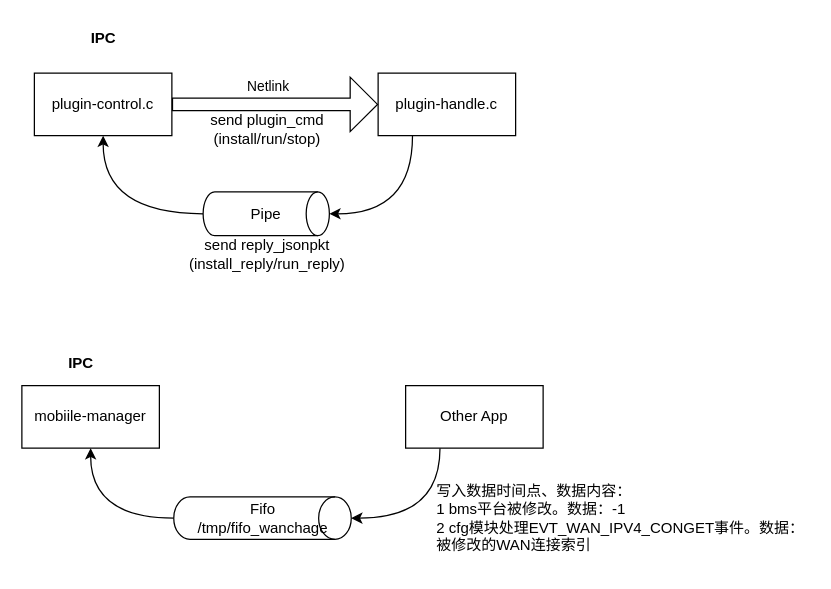
Before: page "ipc" (2 of 3) of gw-mtk/mobile_manager.drawio in waterwatermelon/graph, a draw.io diagram. Source tidied: cells renumbered, new cells numbered last; positions are measured from the earlier drawing's top-left corner, leaving out a move shared by most shapes. Both pictures are drawn from the tidied source at 125%, with x=0, y=0 at pixel (21, 21).
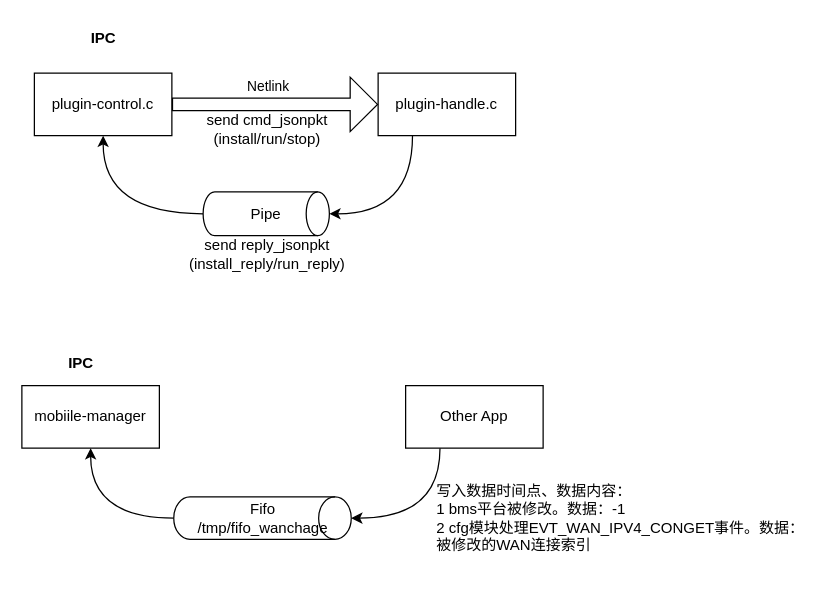
The same page after the edit.

Diff of the diagram source:
```diff
@@
 <mxGraphModel>
   <root>
     <mxCell id="0" />
     <mxCell id="1" parent="0" />
     <mxCell id="2" value="plugin-control.c" style="html=1;whiteSpace=wrap;" parent="1" vertex="1">
       <mxGeometry x="10" y="41" width="110" height="50" as="geometry" />
     </mxCell>
     <mxCell id="3" style="edgeStyle=orthogonalEdgeStyle;rounded=0;jettySize=auto;html=1;exitX=0.25;exitY=1;exitDx=0;exitDy=0;entryX=1;entryY=0.5;entryDx=0;entryDy=0;curved=1;entryPerimeter=0;" parent="1" edge="1" source="4" target="8">
       <mxGeometry relative="1" as="geometry" />
     </mxCell>
     <mxCell id="4" value="plugin-handle.c" style="html=1;whiteSpace=wrap;" parent="1" vertex="1">
       <mxGeometry x="285" y="41" width="110" height="50" as="geometry" />
     </mxCell>
     <mxCell id="5" style="shape=flexArrow;endArrow=classic;html=1;rounded=0;entryX=0;entryY=0.5;entryDx=0;entryDy=0;exitX=1;exitY=0.5;exitDx=0;exitDy=0;endWidth=32.57142857142857;endSize=6.954285714285715;" parent="1" edge="1" source="2" target="4">
       <mxGeometry relative="1" as="geometry" />
     </mxCell>
     <mxCell id="6" value="Netlink" style="edgeLabel;html=1;align=center;verticalAlign=middle;" parent="5" vertex="1">
       <mxGeometry x="-0.03" y="7" relative="1" as="geometry">
         <mxPoint x="-4" y="-8" as="offset" />
       </mxGeometry>
     </mxCell>
     <mxCell id="7" style="edgeStyle=orthogonalEdgeStyle;rounded=0;jettySize=auto;html=1;exitX=0;exitY=0.5;exitDx=0;exitDy=0;exitPerimeter=0;entryX=0.5;entryY=1;entryDx=0;entryDy=0;curved=1;" parent="1" edge="1" source="8" target="2">
       <mxGeometry relative="1" as="geometry" />
     </mxCell>
     <mxCell id="8" value="Pipe" style="strokeWidth=1;html=1;shape=mxgraph.flowchart.direct_data;whiteSpace=wrap;" parent="1" vertex="1">
       <mxGeometry x="145" y="136" width="101" height="35" as="geometry" />
     </mxCell>
     <mxCell id="9" value="send reply_jsonpkt&lt;br&gt;(install_reply/run_reply)" style="text;html=1;align=center;verticalAlign=middle;strokeColor=none;fillColor=none;" parent="1" vertex="1">
       <mxGeometry x="120.5" y="166" width="150" height="40" as="geometry" />
     </mxCell>
-    <mxCell id="10" value="send plugin_cmd&lt;br&gt;(install/run/stop)" style="text;html=1;align=center;verticalAlign=middle;strokeColor=none;fillColor=none;" parent="1" vertex="1">
-      <mxGeometry x="140.5" y="66" width="110" height="40" as="geometry" />
+    <mxCell id="10" value="send cmd_jsonpkt&lt;br&gt;(install/run/stop)" style="text;html=1;align=center;verticalAlign=middle;strokeColor=none;fillColor=none;" parent="1" vertex="1">
+      <mxGeometry x="135.5" y="66" width="120" height="40" as="geometry" />
     </mxCell>
     <mxCell id="11" value="IPC" style="text;align=center;fontStyle=1;verticalAlign=middle;spacingLeft=3;spacingRight=3;strokeColor=none;html=1;" parent="1" vertex="1">
       <mxGeometry x="25" width="80" height="26" as="geometry" />
     </mxCell>
     <mxCell id="12" value="mobiile-manager" style="html=1;whiteSpace=wrap;" parent="1" vertex="1">
       <mxGeometry y="291" width="110" height="50" as="geometry" />
     </mxCell>
     <mxCell id="13" style="edgeStyle=orthogonalEdgeStyle;rounded=0;jettySize=auto;html=1;exitX=0.25;exitY=1;exitDx=0;exitDy=0;entryX=1;entryY=0.5;entryDx=0;entryDy=0;curved=1;entryPerimeter=0;" parent="1" edge="1" source="14" target="16">
       <mxGeometry relative="1" as="geometry" />
     </mxCell>
     <mxCell id="14" value="Other App" style="html=1;whiteSpace=wrap;" parent="1" vertex="1">
       <mxGeometry x="307" y="291" width="110" height="50" as="geometry" />
     </mxCell>
     <mxCell id="15" style="edgeStyle=orthogonalEdgeStyle;rounded=0;jettySize=auto;html=1;exitX=0;exitY=0.5;exitDx=0;exitDy=0;exitPerimeter=0;entryX=0.5;entryY=1;entryDx=0;entryDy=0;curved=1;" parent="1" edge="1" source="16" target="12">
       <mxGeometry relative="1" as="geometry" />
     </mxCell>
     <mxCell id="16" value="Fifo&lt;br&gt;/tmp/fifo_wanchage" style="strokeWidth=1;html=1;shape=mxgraph.flowchart.direct_data;whiteSpace=wrap;" parent="1" vertex="1">
       <mxGeometry x="121.5" y="380" width="142" height="34" as="geometry" />
     </mxCell>
     <mxCell id="17" value="IPC" style="text;align=center;fontStyle=1;verticalAlign=middle;spacingLeft=3;spacingRight=3;strokeColor=none;html=1;" parent="1" vertex="1">
       <mxGeometry x="7" y="260" width="80" height="26" as="geometry" />
     </mxCell>
     <mxCell id="18" value="写入数据时间点、数据内容：&lt;br&gt;1 bms平台被修改。数据：-1&lt;br&gt;2 cfg模块处理EVT_WAN_IPV4_CONGET事件。数据：被修改的WAN连接索引" style="text;html=1;strokeColor=none;fillColor=none;align=left;verticalAlign=middle;whiteSpace=wrap;rounded=0;" parent="1" vertex="1">
       <mxGeometry x="330" y="357" width="300" height="80" as="geometry" />
     </mxCell>
   </root>
 </mxGraphModel>
```
